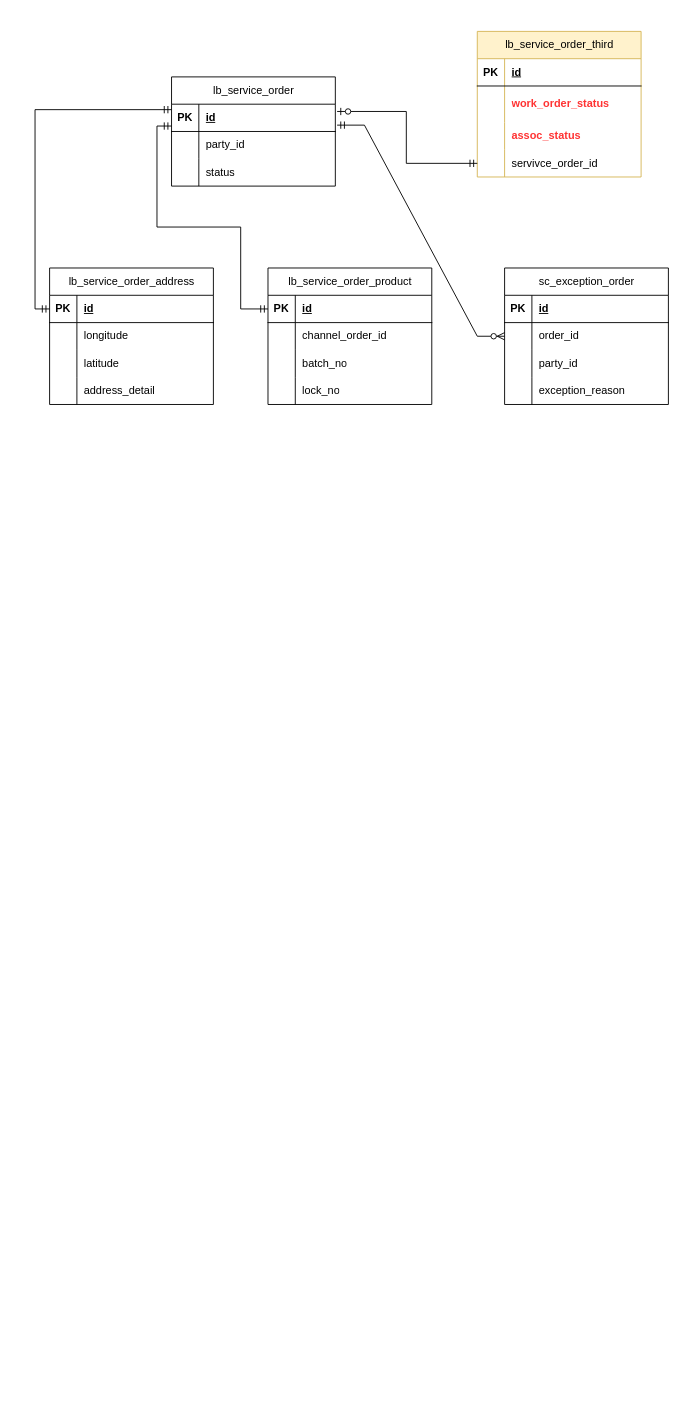
The draw.io diagram UMl绘图.drawio in jiping-zeng/king-of-forest, before the edit. Source tidied: cells renumbered, new cells numbered last; positions are measured from the earlier drawing's top-left corner, leaving out a move shared by most shapes. Both pictures are drawn from the tidied source at 91%, with x=0, y=0 at pixel (35, 31).
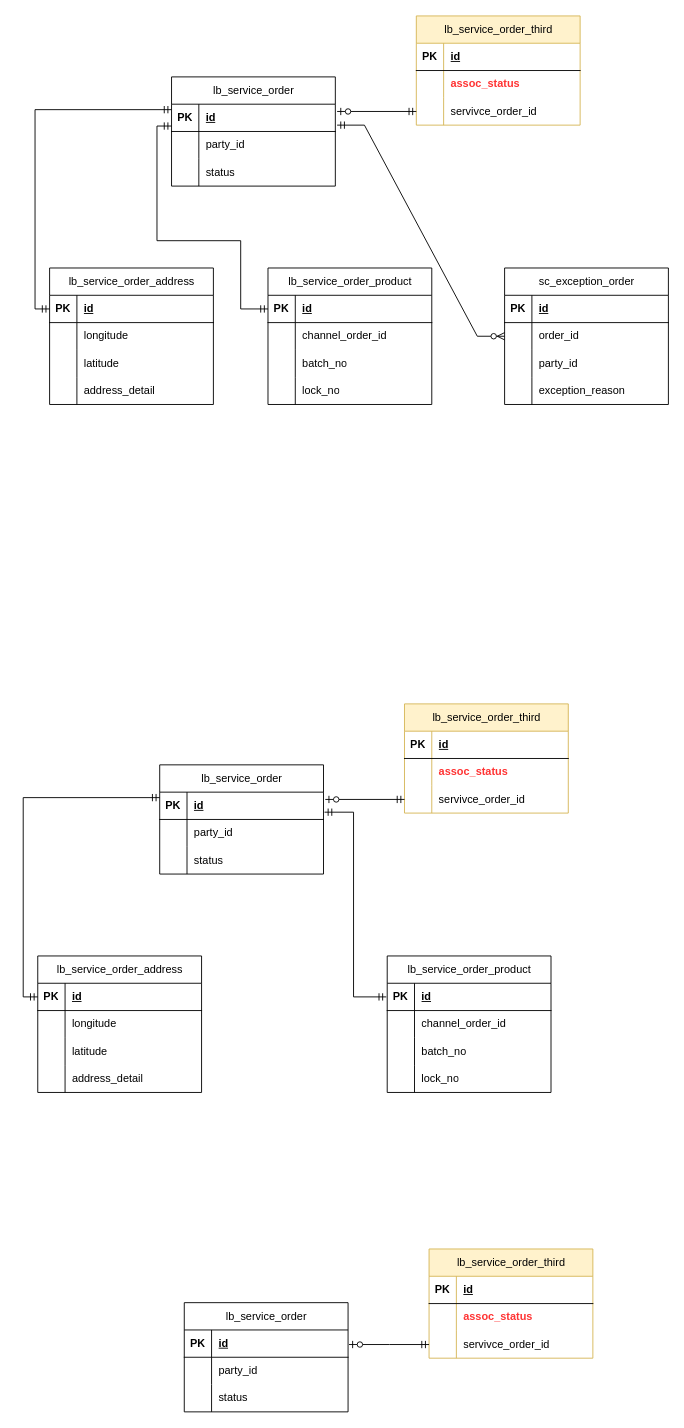
Above is the later version.

The change refers to these unchanged cells:
```xml
<mxCell id="16" style="shape=tableRow;horizontal=0;startSize=0;swimlaneHead=0;swimlaneBody=0;fillColor=none;points=[[0,0.5],[1,0.5]];portConstraint=eastwest;top=0;left=0;right=0;bottom=1;" parent="15" vertex="1">
  <mxGeometry y="30" width="180" height="30" as="geometry" />
</mxCell>
<mxCell id="39" style="shape=tableRow;horizontal=0;startSize=0;swimlaneHead=0;swimlaneBody=0;fillColor=none;points=[[0,0.5],[1,0.5]];portConstraint=eastwest;top=0;left=0;right=0;bottom=1;" parent="38" vertex="1">
  <mxGeometry y="30" width="180" height="30" as="geometry" />
</mxCell>
```

The edit, as a diff of the source:
```diff
@@
     <mxCell id="2" value="lb_service_order_third" style="shape=table;startSize=30;childLayout=tableLayout;rowLines=0;align=center;html=1;fillColor=#fff2cc;strokeColor=#d6b656;" parent="1" vertex="1">
-      <mxGeometry x="486" width="180" height="160" as="geometry" />
+      <mxGeometry x="419" y="-17" width="180" height="120" as="geometry" />
     </mxCell>
@@
-    <mxCell id="6" style="shape=tableRow;horizontal=0;startSize=0;swimlaneHead=0;swimlaneBody=0;fillColor=none;top=0;left=0;right=0;bottom=0;fontStyle=1;" parent="2" vertex="1">
-      <mxGeometry y="60" width="180" height="40" as="geometry" />
-    </mxCell>
-    <mxCell id="7" style="shape=partialRectangle;fillColor=none;top=0;left=0;bottom=0;right=0;overflow=hidden;whiteSpace=wrap;html=1;" parent="6" vertex="1">
-      <mxGeometry width="30" height="40" as="geometry" />
-    </mxCell>
-    <mxCell id="8" value="&lt;span style=&quot;color: rgb(255, 51, 51);&quot;&gt;&lt;b&gt;work_order_status&lt;/b&gt;&lt;/span&gt;" style="shape=partialRectangle;fillColor=none;top=0;left=0;bottom=0;right=0;align=left;spacingLeft=6;overflow=hidden;whiteSpace=wrap;html=1;" parent="6" vertex="1">
-      <mxGeometry x="30" width="150" height="40" as="geometry" />
-    </mxCell>
     <mxCell id="9" style="shape=tableRow;horizontal=0;startSize=0;swimlaneHead=0;swimlaneBody=0;fillColor=none;top=0;left=0;right=0;bottom=0;" parent="2" vertex="1">
-      <mxGeometry y="100" width="180" height="30" as="geometry" />
+      <mxGeometry y="60" width="180" height="30" as="geometry" />
     </mxCell>
@@
     <mxCell id="12" style="shape=tableRow;horizontal=0;startSize=0;swimlaneHead=0;swimlaneBody=0;fillColor=none;points=[[0,0.5],[1,0.5]];portConstraint=eastwest;top=0;left=0;right=0;bottom=0;" parent="2" vertex="1">
-      <mxGeometry y="130" width="180" height="30" as="geometry" />
+      <mxGeometry y="90" width="180" height="30" as="geometry" />
     </mxCell>
@@
     <mxCell id="66" style="edgeStyle=orthogonalEdgeStyle;fontSize=12;html=1;endArrow=ERmandOne;startArrow=ERmandOne;rounded=0;entryX=0;entryY=0.8;entryDx=0;entryDy=0;exitX=0;exitY=0.5;exitDx=0;exitDy=0;libavoidRouting=1;entryPerimeter=0;" parent="1" edge="1" source="39" target="16">
       <mxGeometry relative="1" as="geometry">
         <Array as="points">
           <mxPoint x="226" y="305" />
-          <mxPoint x="226" y="215" />
-          <mxPoint x="134" y="215" />
+          <mxPoint x="226" y="230" />
+          <mxPoint x="134" y="230" />
           <mxPoint x="134" y="104" />
         </Array>
       </mxGeometry>
     </mxCell>
@@
+    <mxCell id="68" value="lb_service_order_third" style="shape=table;startSize=30;childLayout=tableLayout;rowLines=0;align=center;html=1;fillColor=#fff2cc;strokeColor=#d6b656;" parent="1" vertex="1">
+      <mxGeometry x="406" y="739" width="180" height="120" as="geometry" />
+    </mxCell>
+    <mxCell id="69" style="shape=tableRow;horizontal=0;startSize=0;swimlaneHead=0;swimlaneBody=0;fillColor=none;top=0;left=0;right=0;bottom=1;" parent="68" vertex="1">
+      <mxGeometry y="30" width="180" height="30" as="geometry" />
+    </mxCell>
+    <mxCell id="70" value="PK" style="shape=partialRectangle;fillColor=none;top=0;left=0;bottom=0;right=0;fontStyle=1;overflow=hidden;whiteSpace=wrap;html=1;" parent="69" vertex="1">
+      <mxGeometry width="30" height="30" as="geometry" />
+    </mxCell>
+    <mxCell id="71" value="id" style="shape=partialRectangle;fillColor=none;top=0;left=0;bottom=0;right=0;align=left;spacingLeft=6;fontStyle=5;overflow=hidden;whiteSpace=wrap;html=1;" parent="69" vertex="1">
+      <mxGeometry x="30" width="150" height="30" as="geometry" />
+    </mxCell>
+    <mxCell id="72" style="shape=tableRow;horizontal=0;startSize=0;swimlaneHead=0;swimlaneBody=0;fillColor=none;top=0;left=0;right=0;bottom=0;" parent="68" vertex="1">
+      <mxGeometry y="60" width="180" height="30" as="geometry" />
+    </mxCell>
+    <mxCell id="73" style="shape=partialRectangle;fillColor=none;top=0;left=0;bottom=0;right=0;overflow=hidden;whiteSpace=wrap;html=1;" parent="72" vertex="1">
+      <mxGeometry width="30" height="30" as="geometry" />
+    </mxCell>
+    <mxCell id="74" value="&lt;b style=&quot;color: rgb(255, 51, 51);&quot;&gt;assoc_status&lt;/b&gt;" style="shape=partialRectangle;fillColor=none;top=0;left=0;bottom=0;right=0;align=left;spacingLeft=6;overflow=hidden;whiteSpace=wrap;html=1;labelBorderColor=none;" parent="72" vertex="1">
+      <mxGeometry x="30" width="150" height="30" as="geometry" />
+    </mxCell>
+    <mxCell id="75" style="shape=tableRow;horizontal=0;startSize=0;swimlaneHead=0;swimlaneBody=0;fillColor=none;points=[[0,0.5],[1,0.5]];portConstraint=eastwest;top=0;left=0;right=0;bottom=0;" parent="68" vertex="1">
+      <mxGeometry y="90" width="180" height="30" as="geometry" />
+    </mxCell>
+    <mxCell id="76" style="shape=partialRectangle;fillColor=none;top=0;left=0;bottom=0;right=0;overflow=hidden;whiteSpace=wrap;html=1;" parent="75" vertex="1">
+      <mxGeometry width="30" height="30" as="geometry" />
+    </mxCell>
+    <mxCell id="77" value="servivce_order_id" style="shape=partialRectangle;fillColor=none;top=0;left=0;bottom=0;right=0;align=left;spacingLeft=6;overflow=hidden;whiteSpace=wrap;html=1;" parent="75" vertex="1">
+      <mxGeometry x="30" width="150" height="30" as="geometry" />
+    </mxCell>
+    <mxCell id="78" value="&lt;span style=&quot;font-weight: 400;&quot;&gt;lb_service_order&lt;/span&gt;" style="shape=table;startSize=30;childLayout=tableLayout;rowLines=0;fontStyle=1;align=center;html=1;" parent="1" vertex="1">
+      <mxGeometry x="137" y="806" width="180" height="120" as="geometry" />
+    </mxCell>
+    <mxCell id="79" style="shape=tableRow;horizontal=0;startSize=0;swimlaneHead=0;swimlaneBody=0;fillColor=none;points=[[0,0.5],[1,0.5]];portConstraint=eastwest;top=0;left=0;right=0;bottom=1;" parent="78" vertex="1">
+      <mxGeometry y="30" width="180" height="30" as="geometry" />
+    </mxCell>
+    <mxCell id="80" value="PK" style="shape=partialRectangle;fillColor=none;top=0;left=0;bottom=0;right=0;fontStyle=1;overflow=hidden;whiteSpace=wrap;html=1;" parent="79" vertex="1">
+      <mxGeometry width="30" height="30" as="geometry" />
+    </mxCell>
+    <mxCell id="81" value="id" style="shape=partialRectangle;fillColor=none;top=0;left=0;bottom=0;right=0;align=left;spacingLeft=6;fontStyle=5;overflow=hidden;whiteSpace=wrap;html=1;" parent="79" vertex="1">
+      <mxGeometry x="30" width="150" height="30" as="geometry" />
+    </mxCell>
+    <mxCell id="82" style="shape=tableRow;horizontal=0;startSize=0;swimlaneHead=0;swimlaneBody=0;fillColor=none;top=0;left=0;right=0;bottom=0;" parent="78" vertex="1">
+      <mxGeometry y="60" width="180" height="30" as="geometry" />
+    </mxCell>
+    <mxCell id="83" style="shape=partialRectangle;fillColor=none;top=0;left=0;bottom=0;right=0;overflow=hidden;whiteSpace=wrap;html=1;" parent="82" vertex="1">
+      <mxGeometry width="30" height="30" as="geometry" />
+    </mxCell>
+    <mxCell id="84" value="party_id" style="shape=partialRectangle;fillColor=none;top=0;left=0;bottom=0;right=0;align=left;spacingLeft=6;overflow=hidden;whiteSpace=wrap;html=1;" parent="82" vertex="1">
+      <mxGeometry x="30" width="150" height="30" as="geometry" />
+    </mxCell>
+    <mxCell id="85" style="shape=tableRow;horizontal=0;startSize=0;swimlaneHead=0;swimlaneBody=0;fillColor=none;top=0;left=0;right=0;bottom=0;" parent="78" vertex="1">
+      <mxGeometry y="90" width="180" height="30" as="geometry" />
+    </mxCell>
+    <mxCell id="86" style="shape=partialRectangle;fillColor=none;top=0;left=0;bottom=0;right=0;overflow=hidden;whiteSpace=wrap;html=1;" parent="85" vertex="1">
+      <mxGeometry width="30" height="30" as="geometry" />
+    </mxCell>
+    <mxCell id="87" value="status" style="shape=partialRectangle;fillColor=none;top=0;left=0;bottom=0;right=0;align=left;spacingLeft=6;overflow=hidden;whiteSpace=wrap;html=1;" parent="85" vertex="1">
+      <mxGeometry x="30" width="150" height="30" as="geometry" />
+    </mxCell>
+    <mxCell id="88" value="lb_service_order_address" style="shape=table;startSize=30;childLayout=tableLayout;rowLines=0;align=center;html=1;" parent="1" vertex="1">
+      <mxGeometry x="3" y="1016" width="180" height="150" as="geometry" />
+    </mxCell>
+    <mxCell id="89" style="shape=tableRow;horizontal=0;startSize=0;swimlaneHead=0;swimlaneBody=0;fillColor=none;points=[[0,0.5],[1,0.5]];portConstraint=eastwest;top=0;left=0;right=0;bottom=1;" parent="88" vertex="1">
+      <mxGeometry y="30" width="180" height="30" as="geometry" />
+    </mxCell>
+    <mxCell id="90" value="PK" style="shape=partialRectangle;fillColor=none;top=0;left=0;bottom=0;right=0;fontStyle=1;overflow=hidden;whiteSpace=wrap;html=1;" parent="89" vertex="1">
+      <mxGeometry width="30" height="30" as="geometry" />
+    </mxCell>
+    <mxCell id="91" value="id" style="shape=partialRectangle;fillColor=none;top=0;left=0;bottom=0;right=0;align=left;spacingLeft=6;fontStyle=5;overflow=hidden;whiteSpace=wrap;html=1;" parent="89" vertex="1">
+      <mxGeometry x="30" width="150" height="30" as="geometry" />
+    </mxCell>
+    <mxCell id="92" style="shape=tableRow;horizontal=0;startSize=0;swimlaneHead=0;swimlaneBody=0;fillColor=none;top=0;left=0;right=0;bottom=0;" parent="88" vertex="1">
+      <mxGeometry y="60" width="180" height="30" as="geometry" />
+    </mxCell>
+    <mxCell id="93" style="shape=partialRectangle;fillColor=none;top=0;left=0;bottom=0;right=0;overflow=hidden;whiteSpace=wrap;html=1;" parent="92" vertex="1">
+      <mxGeometry width="30" height="30" as="geometry" />
+    </mxCell>
+    <mxCell id="94" value="longitude" style="shape=partialRectangle;fillColor=none;top=0;left=0;bottom=0;right=0;align=left;spacingLeft=6;overflow=hidden;whiteSpace=wrap;html=1;" parent="92" vertex="1">
+      <mxGeometry x="30" width="150" height="30" as="geometry" />
+    </mxCell>
+    <mxCell id="95" style="shape=tableRow;horizontal=0;startSize=0;swimlaneHead=0;swimlaneBody=0;fillColor=none;top=0;left=0;right=0;bottom=0;" parent="88" vertex="1">
+      <mxGeometry y="90" width="180" height="30" as="geometry" />
+    </mxCell>
+    <mxCell id="96" style="shape=partialRectangle;fillColor=none;top=0;left=0;bottom=0;right=0;overflow=hidden;whiteSpace=wrap;html=1;" parent="95" vertex="1">
+      <mxGeometry width="30" height="30" as="geometry" />
+    </mxCell>
+    <mxCell id="97" value="latitude" style="shape=partialRectangle;fillColor=none;top=0;left=0;bottom=0;right=0;align=left;spacingLeft=6;overflow=hidden;whiteSpace=wrap;html=1;" parent="95" vertex="1">
+      <mxGeometry x="30" width="150" height="30" as="geometry" />
+    </mxCell>
+    <mxCell id="98" style="shape=tableRow;horizontal=0;startSize=0;swimlaneHead=0;swimlaneBody=0;fillColor=none;top=0;left=0;right=0;bottom=0;" parent="88" vertex="1">
+      <mxGeometry y="120" width="180" height="30" as="geometry" />
+    </mxCell>
+    <mxCell id="99" style="shape=partialRectangle;fillColor=none;top=0;left=0;bottom=0;right=0;overflow=hidden;whiteSpace=wrap;html=1;" parent="98" vertex="1">
+      <mxGeometry width="30" height="30" as="geometry" />
+    </mxCell>
+    <mxCell id="100" value="address_detail" style="shape=partialRectangle;fillColor=none;top=0;left=0;bottom=0;right=0;align=left;spacingLeft=6;overflow=hidden;whiteSpace=wrap;html=1;" parent="98" vertex="1">
+      <mxGeometry x="30" width="150" height="30" as="geometry" />
+    </mxCell>
+    <mxCell id="101" value="&lt;span style=&quot;font-weight: 400;&quot;&gt;lb_service_order_product&lt;/span&gt;" style="shape=table;startSize=30;childLayout=tableLayout;rowLines=0;fontStyle=1;align=center;html=1;" parent="1" vertex="1">
+      <mxGeometry x="387" y="1016" width="180" height="150" as="geometry" />
+    </mxCell>
+    <mxCell id="102" style="shape=tableRow;horizontal=0;startSize=0;swimlaneHead=0;swimlaneBody=0;fillColor=none;top=0;left=0;right=0;bottom=1;" parent="101" vertex="1">
+      <mxGeometry y="30" width="180" height="30" as="geometry" />
+    </mxCell>
+    <mxCell id="103" value="PK" style="shape=partialRectangle;fillColor=none;top=0;left=0;bottom=0;right=0;fontStyle=1;overflow=hidden;whiteSpace=wrap;html=1;" parent="102" vertex="1">
+      <mxGeometry width="30" height="30" as="geometry" />
+    </mxCell>
+    <mxCell id="104" value="id" style="shape=partialRectangle;fillColor=none;top=0;left=0;bottom=0;right=0;align=left;spacingLeft=6;fontStyle=5;overflow=hidden;whiteSpace=wrap;html=1;" parent="102" vertex="1">
+      <mxGeometry x="30" width="150" height="30" as="geometry" />
+    </mxCell>
+    <mxCell id="105" style="shape=tableRow;horizontal=0;startSize=0;swimlaneHead=0;swimlaneBody=0;fillColor=none;top=0;left=0;right=0;bottom=0;" parent="101" vertex="1">
+      <mxGeometry y="60" width="180" height="30" as="geometry" />
+    </mxCell>
+    <mxCell id="106" style="shape=partialRectangle;fillColor=none;top=0;left=0;bottom=0;right=0;overflow=hidden;whiteSpace=wrap;html=1;" parent="105" vertex="1">
+      <mxGeometry width="30" height="30" as="geometry" />
+    </mxCell>
+    <mxCell id="107" value="channel_order_id" style="shape=partialRectangle;fillColor=none;top=0;left=0;bottom=0;right=0;align=left;spacingLeft=6;overflow=hidden;whiteSpace=wrap;html=1;" parent="105" vertex="1">
+      <mxGeometry x="30" width="150" height="30" as="geometry" />
+    </mxCell>
+    <mxCell id="108" style="shape=tableRow;horizontal=0;startSize=0;swimlaneHead=0;swimlaneBody=0;fillColor=none;top=0;left=0;right=0;bottom=0;" parent="101" vertex="1">
+      <mxGeometry y="90" width="180" height="30" as="geometry" />
+    </mxCell>
+    <mxCell id="109" style="shape=partialRectangle;fillColor=none;top=0;left=0;bottom=0;right=0;overflow=hidden;whiteSpace=wrap;html=1;" parent="108" vertex="1">
+      <mxGeometry width="30" height="30" as="geometry" />
+    </mxCell>
+    <mxCell id="110" value="batch_no" style="shape=partialRectangle;fillColor=none;top=0;left=0;bottom=0;right=0;align=left;spacingLeft=6;overflow=hidden;whiteSpace=wrap;html=1;" parent="108" vertex="1">
+      <mxGeometry x="30" width="150" height="30" as="geometry" />
+    </mxCell>
+    <mxCell id="111" style="shape=tableRow;horizontal=0;startSize=0;swimlaneHead=0;swimlaneBody=0;fillColor=none;top=0;left=0;right=0;bottom=0;" parent="101" vertex="1">
+      <mxGeometry y="120" width="180" height="30" as="geometry" />
+    </mxCell>
+    <mxCell id="112" style="shape=partialRectangle;fillColor=none;top=0;left=0;bottom=0;right=0;overflow=hidden;whiteSpace=wrap;html=1;" parent="111" vertex="1">
+      <mxGeometry width="30" height="30" as="geometry" />
+    </mxCell>
+    <mxCell id="113" value="lock_no" style="shape=partialRectangle;fillColor=none;top=0;left=0;bottom=0;right=0;align=left;spacingLeft=6;overflow=hidden;whiteSpace=wrap;html=1;" parent="111" vertex="1">
+      <mxGeometry x="30" width="150" height="30" as="geometry" />
+    </mxCell>
+    <mxCell id="114" style="fontSize=12;html=1;endArrow=ERzeroToOne;startArrow=ERmandOne;rounded=0;exitX=0;exitY=0.5;exitDx=0;exitDy=0;entryX=1.011;entryY=0.267;entryDx=0;entryDy=0;edgeStyle=orthogonalEdgeStyle;entryPerimeter=0;" parent="1" edge="1" source="75" target="79">
+      <mxGeometry relative="1" as="geometry" />
+    </mxCell>
+    <mxCell id="115" style="edgeStyle=orthogonalEdgeStyle;fontSize=12;html=1;endArrow=ERmandOne;startArrow=ERmandOne;rounded=0;exitX=0;exitY=0.5;exitDx=0;exitDy=0;libavoidRouting=1;entryX=0;entryY=0.2;entryDx=0;entryDy=0;entryPerimeter=0;" parent="1" edge="1" source="89" target="79">
+      <mxGeometry relative="1" as="geometry">
+        <Array as="points">
+          <mxPoint x="-13" y="1061" />
+          <mxPoint x="-13" y="842" />
+        </Array>
+      </mxGeometry>
+    </mxCell>
+    <mxCell id="116" style="edgeStyle=orthogonalEdgeStyle;fontSize=12;html=1;endArrow=ERmandOne;startArrow=ERmandOne;rounded=0;exitX=0;exitY=0.5;exitDx=0;exitDy=0;libavoidRouting=1;" parent="1" edge="1">
+      <mxGeometry relative="1" as="geometry">
+        <mxPoint x="386" y="1061" as="sourcePoint" />
+        <mxPoint x="318.1" y="858" as="targetPoint" />
+        <Array as="points">
+          <mxPoint x="350" y="1061" />
+          <mxPoint x="350" y="858" />
+        </Array>
+      </mxGeometry>
+    </mxCell>
+    <mxCell id="117" value="lb_service_order_third" style="shape=table;startSize=30;childLayout=tableLayout;rowLines=0;align=center;html=1;fillColor=#fff2cc;strokeColor=#d6b656;" parent="1" vertex="1">
+      <mxGeometry x="433" y="1338" width="180" height="120" as="geometry" />
+    </mxCell>
+    <mxCell id="118" style="shape=tableRow;horizontal=0;startSize=0;swimlaneHead=0;swimlaneBody=0;fillColor=none;top=0;left=0;right=0;bottom=1;" parent="117" vertex="1">
+      <mxGeometry y="30" width="180" height="30" as="geometry" />
+    </mxCell>
+    <mxCell id="119" value="PK" style="shape=partialRectangle;fillColor=none;top=0;left=0;bottom=0;right=0;fontStyle=1;overflow=hidden;whiteSpace=wrap;html=1;" parent="118" vertex="1">
+      <mxGeometry width="30" height="30" as="geometry" />
+    </mxCell>
+    <mxCell id="120" value="id" style="shape=partialRectangle;fillColor=none;top=0;left=0;bottom=0;right=0;align=left;spacingLeft=6;fontStyle=5;overflow=hidden;whiteSpace=wrap;html=1;" parent="118" vertex="1">
+      <mxGeometry x="30" width="150" height="30" as="geometry" />
+    </mxCell>
+    <mxCell id="121" style="shape=tableRow;horizontal=0;startSize=0;swimlaneHead=0;swimlaneBody=0;fillColor=none;top=0;left=0;right=0;bottom=0;" parent="117" vertex="1">
+      <mxGeometry y="60" width="180" height="30" as="geometry" />
+    </mxCell>
+    <mxCell id="122" style="shape=partialRectangle;fillColor=none;top=0;left=0;bottom=0;right=0;overflow=hidden;whiteSpace=wrap;html=1;" parent="121" vertex="1">
+      <mxGeometry width="30" height="30" as="geometry" />
+    </mxCell>
+    <mxCell id="123" value="&lt;b style=&quot;color: rgb(255, 51, 51);&quot;&gt;assoc_status&lt;/b&gt;" style="shape=partialRectangle;fillColor=none;top=0;left=0;bottom=0;right=0;align=left;spacingLeft=6;overflow=hidden;whiteSpace=wrap;html=1;labelBorderColor=none;" parent="121" vertex="1">
+      <mxGeometry x="30" width="150" height="30" as="geometry" />
+    </mxCell>
+    <mxCell id="124" style="shape=tableRow;horizontal=0;startSize=0;swimlaneHead=0;swimlaneBody=0;fillColor=none;points=[[0,0.5],[1,0.5]];portConstraint=eastwest;top=0;left=0;right=0;bottom=0;" parent="117" vertex="1">
+      <mxGeometry y="90" width="180" height="30" as="geometry" />
+    </mxCell>
+    <mxCell id="125" style="shape=partialRectangle;fillColor=none;top=0;left=0;bottom=0;right=0;overflow=hidden;whiteSpace=wrap;html=1;" parent="124" vertex="1">
+      <mxGeometry width="30" height="30" as="geometry" />
+    </mxCell>
+    <mxCell id="126" value="servivce_order_id" style="shape=partialRectangle;fillColor=none;top=0;left=0;bottom=0;right=0;align=left;spacingLeft=6;overflow=hidden;whiteSpace=wrap;html=1;" parent="124" vertex="1">
+      <mxGeometry x="30" width="150" height="30" as="geometry" />
+    </mxCell>
+    <mxCell id="127" value="&lt;span style=&quot;font-weight: 400;&quot;&gt;lb_service_order&lt;/span&gt;" style="shape=table;startSize=30;childLayout=tableLayout;rowLines=0;fontStyle=1;align=center;html=1;" parent="1" vertex="1">
+      <mxGeometry x="164" y="1397" width="180" height="120" as="geometry" />
+    </mxCell>
+    <mxCell id="128" style="shape=tableRow;horizontal=0;startSize=0;swimlaneHead=0;swimlaneBody=0;fillColor=none;top=0;left=0;right=0;bottom=1;" parent="127" vertex="1">
+      <mxGeometry y="30" width="180" height="30" as="geometry" />
+    </mxCell>
+    <mxCell id="129" value="PK" style="shape=partialRectangle;fillColor=none;top=0;left=0;bottom=0;right=0;fontStyle=1;overflow=hidden;whiteSpace=wrap;html=1;" parent="128" vertex="1">
+      <mxGeometry width="30" height="30" as="geometry" />
+    </mxCell>
+    <mxCell id="130" value="id" style="shape=partialRectangle;fillColor=none;top=0;left=0;bottom=0;right=0;align=left;spacingLeft=6;fontStyle=5;overflow=hidden;whiteSpace=wrap;html=1;" parent="128" vertex="1">
+      <mxGeometry x="30" width="150" height="30" as="geometry" />
+    </mxCell>
+    <mxCell id="131" style="shape=tableRow;horizontal=0;startSize=0;swimlaneHead=0;swimlaneBody=0;fillColor=none;top=0;left=0;right=0;bottom=0;" parent="127" vertex="1">
+      <mxGeometry y="60" width="180" height="30" as="geometry" />
+    </mxCell>
+    <mxCell id="132" style="shape=partialRectangle;fillColor=none;top=0;left=0;bottom=0;right=0;overflow=hidden;whiteSpace=wrap;html=1;" parent="131" vertex="1">
+      <mxGeometry width="30" height="30" as="geometry" />
+    </mxCell>
+    <mxCell id="133" value="party_id" style="shape=partialRectangle;fillColor=none;top=0;left=0;bottom=0;right=0;align=left;spacingLeft=6;overflow=hidden;whiteSpace=wrap;html=1;" parent="131" vertex="1">
+      <mxGeometry x="30" width="150" height="30" as="geometry" />
+    </mxCell>
+    <mxCell id="134" style="shape=tableRow;horizontal=0;startSize=0;swimlaneHead=0;swimlaneBody=0;fillColor=none;top=0;left=0;right=0;bottom=0;" parent="127" vertex="1">
+      <mxGeometry y="90" width="180" height="30" as="geometry" />
+    </mxCell>
+    <mxCell id="135" style="shape=partialRectangle;fillColor=none;top=0;left=0;bottom=0;right=0;overflow=hidden;whiteSpace=wrap;html=1;" parent="134" vertex="1">
+      <mxGeometry width="30" height="30" as="geometry" />
+    </mxCell>
+    <mxCell id="136" value="status" style="shape=partialRectangle;fillColor=none;top=0;left=0;bottom=0;right=0;align=left;spacingLeft=6;overflow=hidden;whiteSpace=wrap;html=1;" parent="134" vertex="1">
+      <mxGeometry x="30" width="150" height="30" as="geometry" />
+    </mxCell>
+    <mxCell id="137" style="fontSize=12;html=1;endArrow=ERzeroToOne;startArrow=ERmandOne;rounded=0;exitX=0;exitY=0.5;exitDx=0;exitDy=0;edgeStyle=orthogonalEdgeStyle;" parent="1" edge="1" source="124">
+      <mxGeometry relative="1" as="geometry">
+        <mxPoint x="345" y="1443" as="targetPoint" />
+      </mxGeometry>
+    </mxCell>
```
